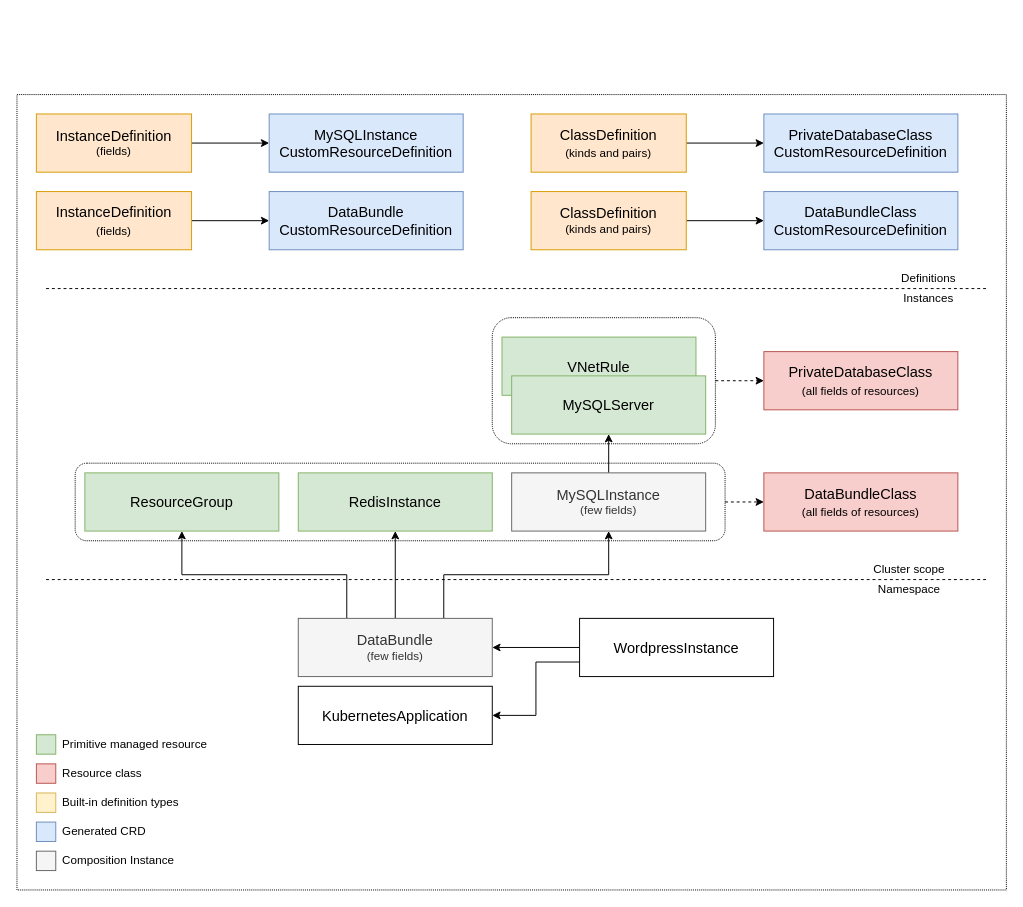
Above: compositeclasses.drawio in muvaf/define-your-claim (draw.io), before the change. Source tidied: cells renumbered, new cells numbered last; positions are measured from the earlier drawing's top-left corner, leaving out a move shared by most shapes. Both pictures are drawn from the tidied source at 97%, with x=0, y=0 at pixel (16, 94).
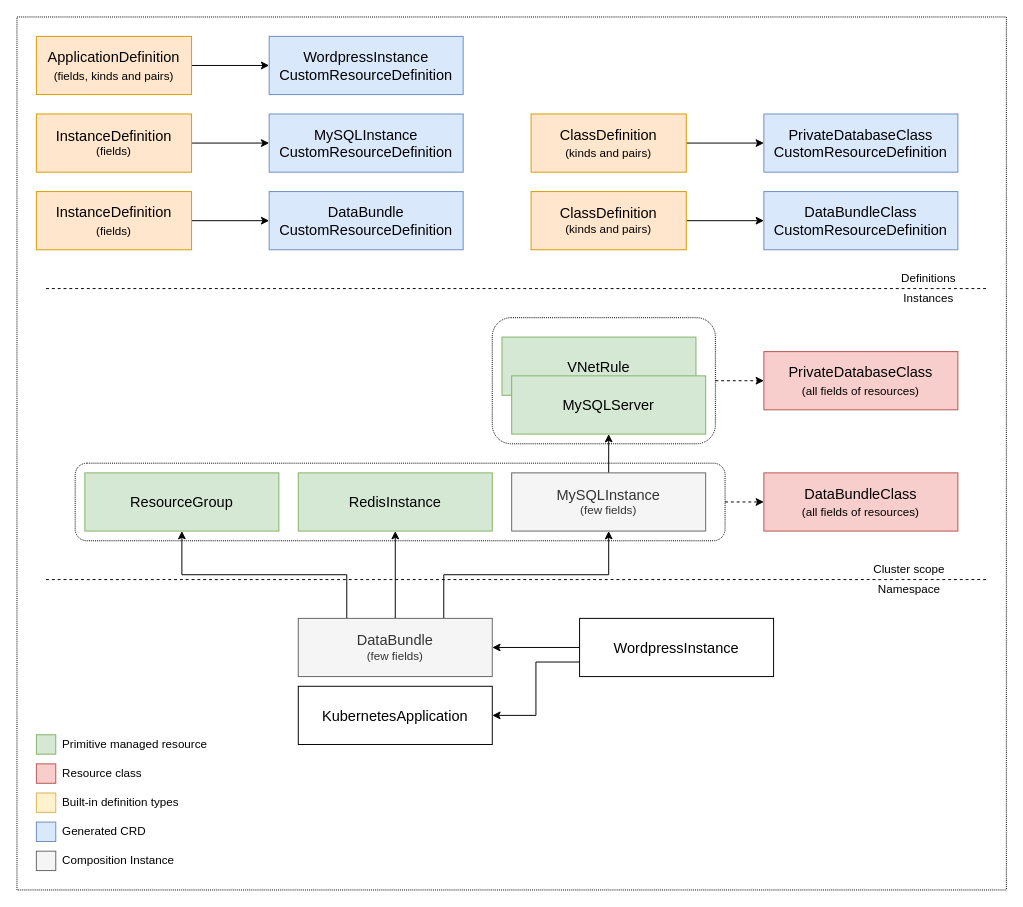
The same page after the edit.

Diff of the diagram source:
```diff
@@
     <mxCell id="2" style="rounded=0;whiteSpace=wrap;html=1;dashed=1;dashPattern=1 1;align=left;fillColor=none;" parent="1" vertex="1">
-      <mxGeometry width="1020" height="820" as="geometry" />
+      <mxGeometry y="-80" width="1020" height="900" as="geometry" />
     </mxCell>
@@
+    <mxCell id="51" style="edgeStyle=orthogonalEdgeStyle;rounded=0;jettySize=auto;html=1;" parent="1" edge="1" source="52" target="53">
+      <mxGeometry relative="1" as="geometry" />
+    </mxCell>
+    <mxCell id="52" value="&lt;div&gt;&lt;font style=&quot;font-size: 15px&quot;&gt;ApplicationDefinition&lt;/font&gt;&lt;br&gt;&lt;font style=&quot;font-size: 15px&quot;&gt;&lt;font style=&quot;font-size: 12px&quot;&gt;(fields, kinds and pairs)&lt;/font&gt;&lt;/font&gt;&lt;/div&gt;" style="rounded=0;whiteSpace=wrap;html=1;fillColor=#ffe6cc;strokeColor=#d79b00;" parent="1" vertex="1">
+      <mxGeometry x="20" y="-60" width="160" height="60" as="geometry" />
+    </mxCell>
+    <mxCell id="53" value="&lt;div&gt;&lt;font style=&quot;font-size: 15px&quot;&gt;WordpressInstance&lt;/font&gt;&lt;/div&gt;&lt;div&gt;&lt;font style=&quot;font-size: 15px&quot;&gt;CustomResourceDefinition&lt;br&gt;&lt;/font&gt;&lt;/div&gt;" style="rounded=0;whiteSpace=wrap;html=1;fillColor=#dae8fc;strokeColor=#6c8ebf;" parent="1" vertex="1">
+      <mxGeometry x="260" y="-60" width="200" height="60" as="geometry" />
+    </mxCell>
```
